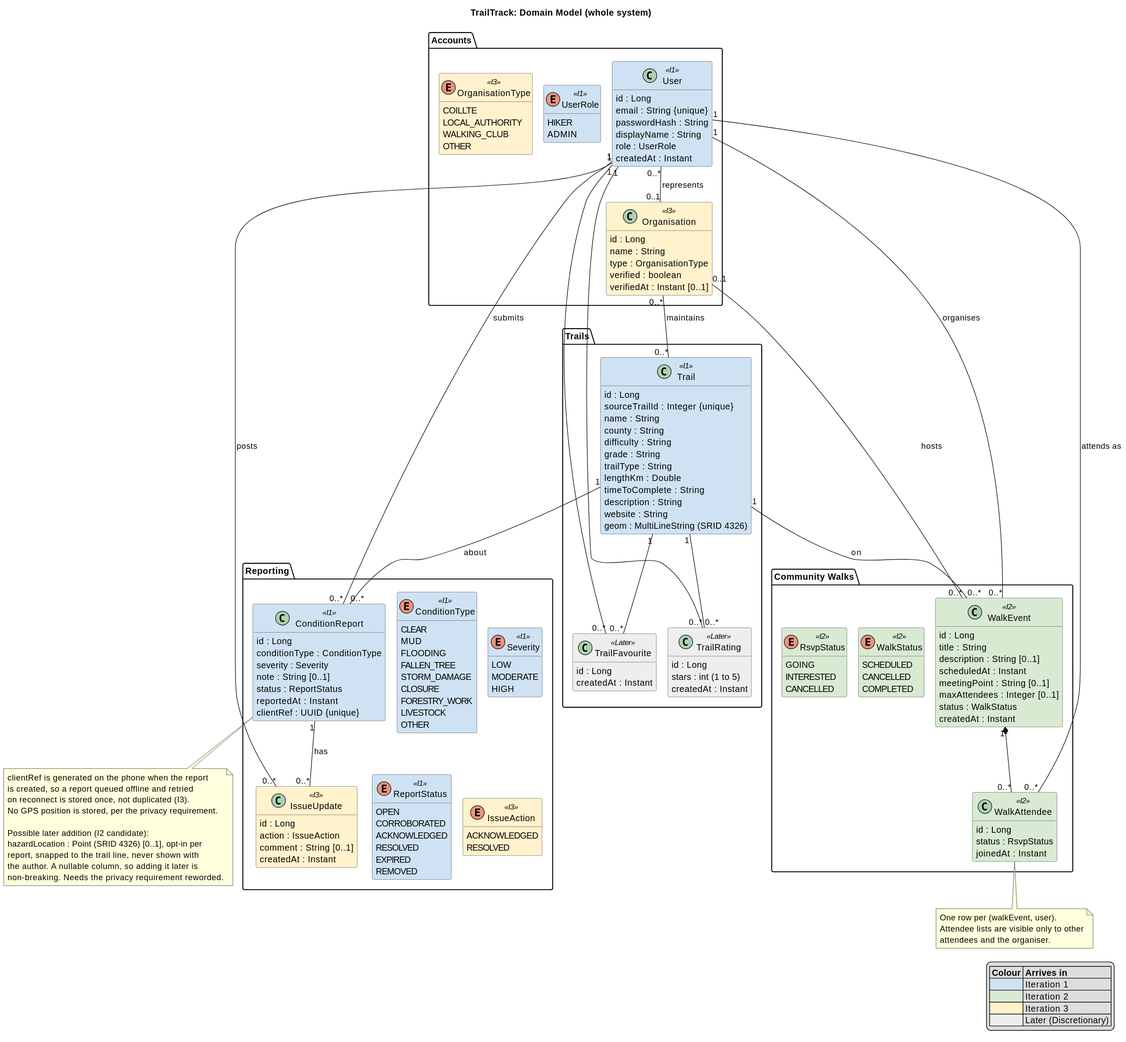
The PlantUML diagram docs/design/rendered/domain-model.svg in Markus-Bear/TrailTrack, before a commit. Source of this version:
```plantuml
@startuml
!pragma layout smetana
title TrailTrack: Domain Model (whole system)
skinparam shadowing false
skinparam classAttributeIconSize 0
hide empty methods

skinparam class {
  BorderColor #555555
  BackgroundColor<<I1>> #CFE2F3
  BackgroundColor<<I2>> #D9EAD3
  BackgroundColor<<I3>> #FFF2CC
  BackgroundColor<<Later>> #EEEEEE
}

package "Accounts" {
  class User <<I1>> {
    id : Long
    email : String {unique}
    passwordHash : String
    displayName : String
    role : UserRole
    createdAt : Instant
  }

  enum UserRole <<I1>> {
    HIKER
    ADMIN
  }

  class Organisation <<I3>> {
    id : Long
    name : String
    type : OrganisationType
    verified : boolean
    verifiedAt : Instant [0..1]
  }

  enum OrganisationType <<I3>> {
    COILLTE
    LOCAL_AUTHORITY
    WALKING_CLUB
    OTHER
  }
}

package "Trails" {
  class Trail <<I1>> {
    id : Long
    sourceTrailId : Integer {unique}
    name : String
    county : String
    difficulty : String
    grade : String
    trailType : String
    lengthKm : Double
    timeToComplete : String
    description : String
    website : String
    {field} geom : MultiLineString (SRID 4326)
  }

  class TrailRating <<Later>> {
    id : Long
    {field} stars : int (1 to 5)
    createdAt : Instant
  }

  class TrailFavourite <<Later>> {
    id : Long
    createdAt : Instant
  }
}

package "Reporting" {
  class ConditionReport <<I1>> {
    id : Long
    conditionType : ConditionType
    severity : Severity
    note : String [0..1]
    status : ReportStatus
    reportedAt : Instant
    clientRef : UUID {unique}
  }

  enum ConditionType <<I1>> {
    CLEAR
    MUD
    FLOODING
    FALLEN_TREE
    STORM_DAMAGE
    CLOSURE
    FORESTRY_WORK
    LIVESTOCK
    OTHER
  }

  enum Severity <<I1>> {
    LOW
    MODERATE
    HIGH
  }

  enum ReportStatus <<I1>> {
    OPEN
    CORROBORATED
    ACKNOWLEDGED
    RESOLVED
    EXPIRED
    REMOVED
  }

  class IssueUpdate <<I3>> {
    id : Long
    action : IssueAction
    comment : String [0..1]
    createdAt : Instant
  }

  enum IssueAction <<I3>> {
    ACKNOWLEDGED
    RESOLVED
  }
}

package "Community Walks" {
  class WalkEvent <<I2>> {
    id : Long
    title : String
    description : String [0..1]
    scheduledAt : Instant
    meetingPoint : String [0..1]
    maxAttendees : Integer [0..1]
    status : WalkStatus
    createdAt : Instant
  }

  enum WalkStatus <<I2>> {
    SCHEDULED
    CANCELLED
    COMPLETED
  }

  class WalkAttendee <<I2>> {
    id : Long
    status : RsvpStatus
    joinedAt : Instant
  }

  enum RsvpStatus <<I2>> {
    GOING
    INTERESTED
    CANCELLED
  }
}

User "0..*" -- "0..1" Organisation : represents >
Organisation "0..*" -- "0..*" Trail : maintains >

User "1" -- "0..*" ConditionReport : submits >
Trail "1" -- "0..*" ConditionReport : about <

ConditionReport "1" -- "0..*" IssueUpdate : has >
User "1" -- "0..*" IssueUpdate : posts >

User "1" -- "0..*" WalkEvent : organises >
Trail "1" -- "0..*" WalkEvent : on <
Organisation "0..1" -- "0..*" WalkEvent : hosts >
WalkEvent "1" *-- "0..*" WalkAttendee
User "1" -- "0..*" WalkAttendee : attends as >

User "1" -- "0..*" TrailRating
Trail "1" -- "0..*" TrailRating
User "1" -- "0..*" TrailFavourite
Trail "1" -- "0..*" TrailFavourite

note bottom of ConditionReport
  clientRef is generated on the phone when the report
  is created, so a report queued offline and retried
  on reconnect is stored once, not duplicated (I3).
  No GPS position is stored, per the privacy requirement.

  Possible later addition (I2 candidate):
  hazardLocation : Point (SRID 4326) [0..1], opt-in per
  report, snapped to the trail line, never shown with
  the author. A nullable column, so adding it later is
  non-breaking. Needs the privacy requirement reworded.
end note

note bottom of WalkAttendee
  One row per (walkEvent, user).
  Attendee lists are visible only to other
  attendees and the organiser.
end note

legend right
  |= Colour |= Arrives in |
  |<#CFE2F3>| Iteration 1 |
  |<#D9EAD3>| Iteration 2 |
  |<#FFF2CC>| Iteration 3 |
  |<#EEEEEE>| Later (Discretionary) |
endlegend
@enduml
```
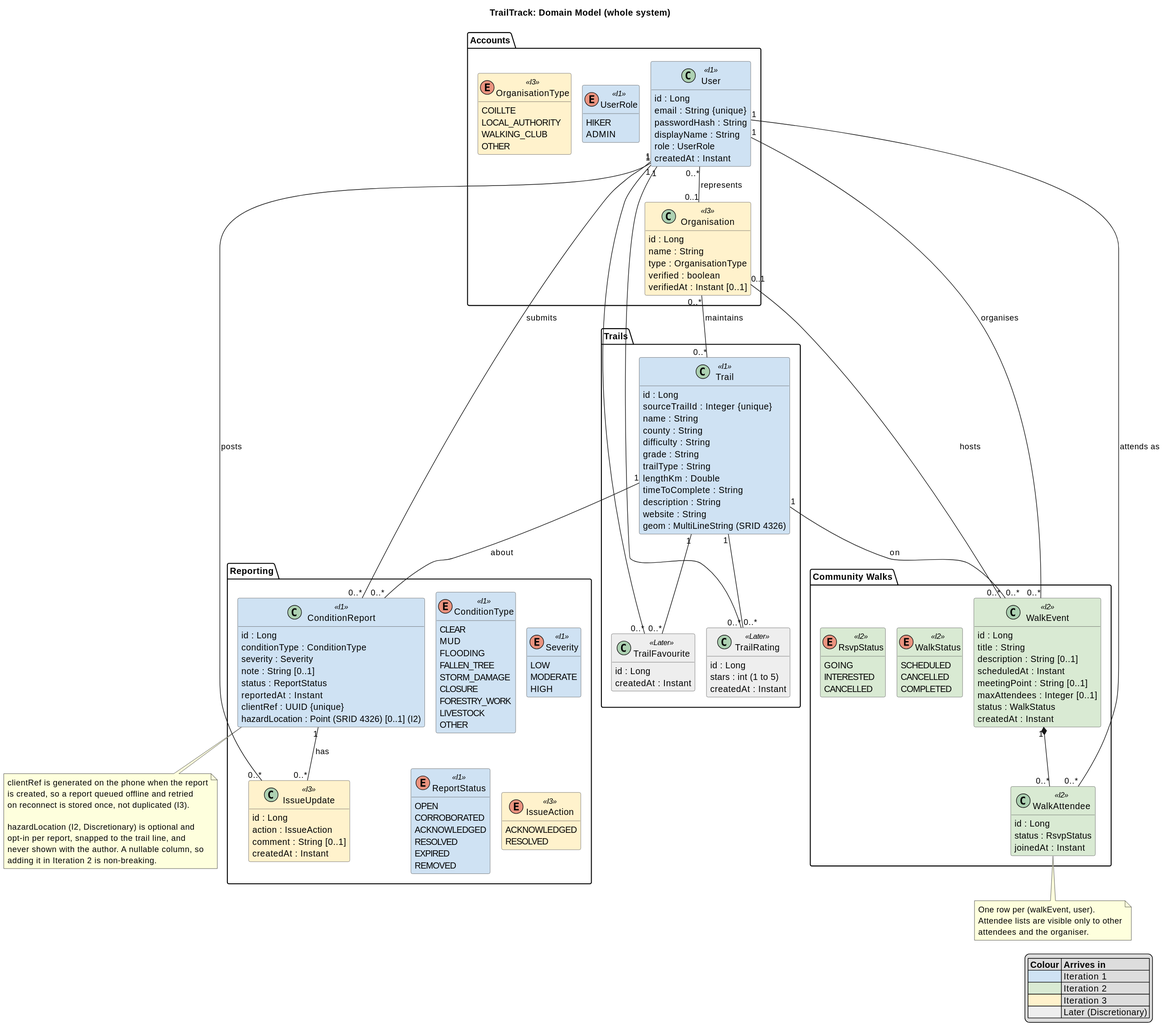
Above is the later version.

Commit message:
Added README, final specification, architecture diagram and first diary entry

Diff of the diagram source:
```diff
@@ -81,6 +81,7 @@
     status : ReportStatus
     reportedAt : Instant
     clientRef : UUID {unique}
+    {field} hazardLocation : Point (SRID 4326) [0..1] (I2)
   }
 
   enum ConditionType <<I1>> {
@@ -178,13 +179,11 @@
   clientRef is generated on the phone when the report
   is created, so a report queued offline and retried
   on reconnect is stored once, not duplicated (I3).
-  No GPS position is stored, per the privacy requirement.
 
-  Possible later addition (I2 candidate):
-  hazardLocation : Point (SRID 4326) [0..1], opt-in per
-  report, snapped to the trail line, never shown with
-  the author. A nullable column, so adding it later is
-  non-breaking. Needs the privacy requirement reworded.
+  hazardLocation (I2, Discretionary) is optional and
+  opt-in per report, snapped to the trail line, and
+  never shown with the author. A nullable column, so
+  adding it in Iteration 2 is non-breaking.
 end note
 
 note bottom of WalkAttendee
```
